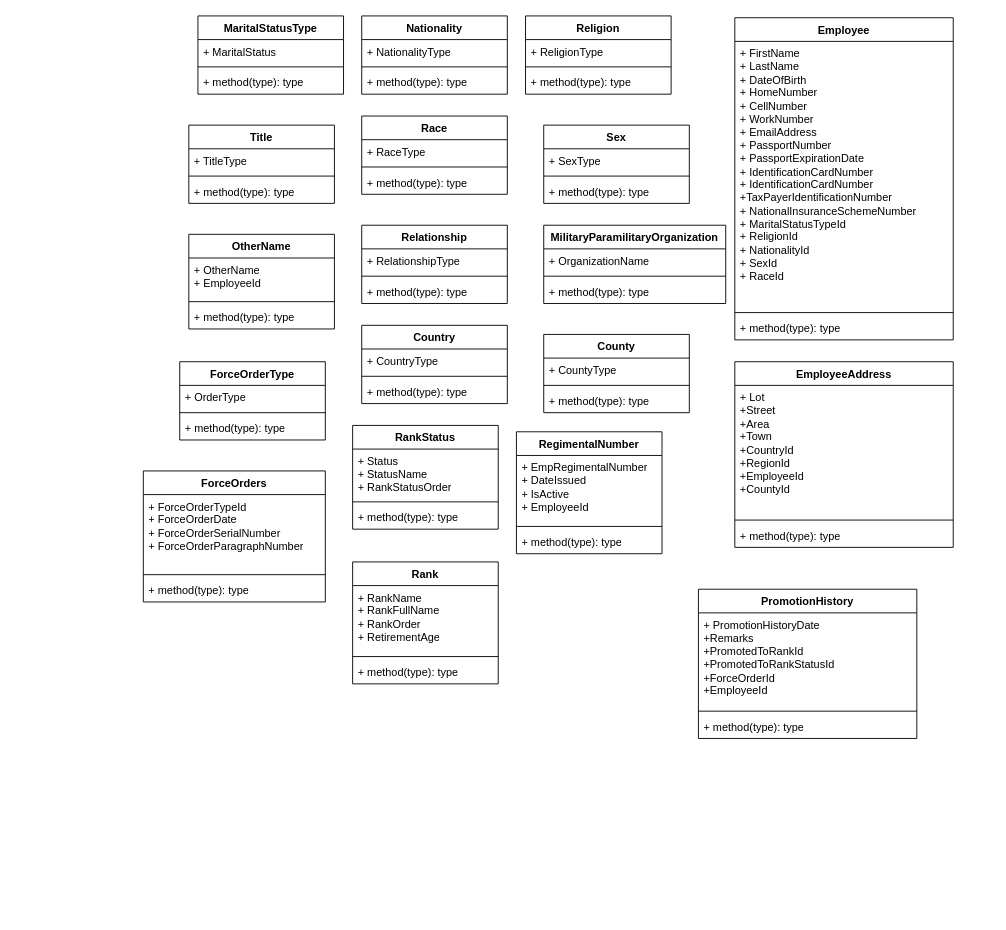
ResearchAndDevelopmentSignal/GDFHRMSDesignDocs keeps this draw.io diagram as GDFHrmsDesignDocs.drawio. Above is the earlier version. Source tidied: cells renumbered, new cells numbered last; positions are measured from the earlier drawing's top-left corner, leaving out a move shared by most shapes. Both pictures are drawn from the tidied source at 91%, with x=0, y=0 at pixel (143, 15).
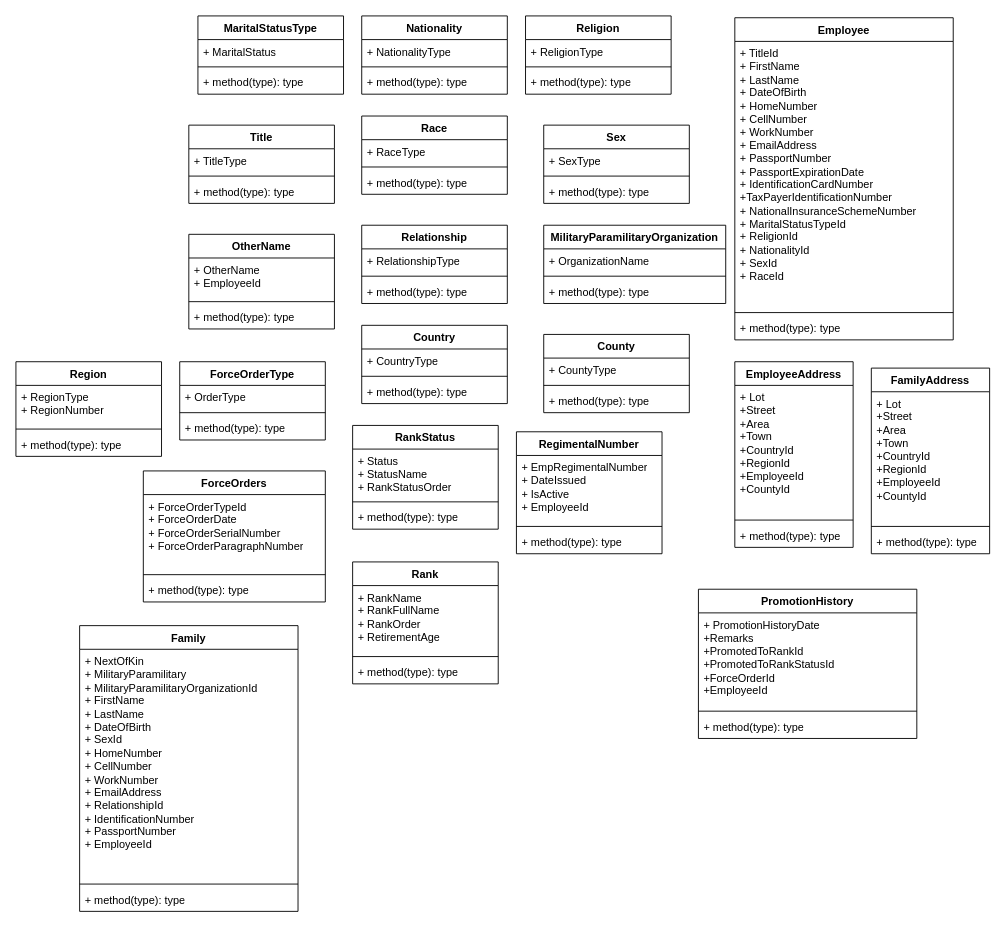
After the change.

The change refers to these unchanged cells:
```xml
<mxCell id="50" value="Employee&lt;br&gt;" style="swimlane;fontStyle=1;align=center;verticalAlign=top;horizontal=1;startSize=26;whiteSpace=wrap;html=1;" parent="1" vertex="1">
  <mxGeometry x="650" y="2" width="240" height="354" as="geometry" />
</mxCell>
```

What changed in the source:
```diff
@@
     <mxCell id="46" value="EmployeeAddress" style="swimlane;fontStyle=1;align=center;verticalAlign=top;horizontal=1;startSize=26;whiteSpace=wrap;html=1;" parent="1" vertex="1">
-      <mxGeometry x="650" y="380" width="240" height="204" as="geometry" />
+      <mxGeometry x="650" y="380" width="130" height="204" as="geometry" />
     </mxCell>
     <mxCell id="47" value="+ Lot&lt;br&gt;+Street&lt;br&gt;+Area&lt;br&gt;+Town&lt;br&gt;+CountryId&lt;br&gt;+RegionId&lt;br&gt;+EmployeeId&lt;br&gt;+CountyId" style="text;strokeColor=none;fillColor=none;align=left;verticalAlign=top;spacingLeft=4;spacingRight=4;overflow=hidden;whiteSpace=wrap;html=1;" parent="46" vertex="1">
-      <mxGeometry y="26" width="240" height="144" as="geometry" />
+      <mxGeometry y="26" width="130" height="144" as="geometry" />
     </mxCell>
     <mxCell id="48" style="line;strokeWidth=1;fillColor=none;align=left;verticalAlign=middle;spacingTop=-1;spacingLeft=3;spacingRight=3;labelPosition=right;strokeColor=inherit;" parent="46" vertex="1">
-      <mxGeometry y="170" width="240" height="8" as="geometry" />
+      <mxGeometry y="170" width="130" height="8" as="geometry" />
     </mxCell>
     <mxCell id="49" value="+ method(type): type" style="text;strokeColor=none;fillColor=none;align=left;verticalAlign=top;spacingLeft=4;spacingRight=4;overflow=hidden;whiteSpace=wrap;html=1;" parent="46" vertex="1">
-      <mxGeometry y="178" width="240" height="26" as="geometry" />
+      <mxGeometry y="178" width="130" height="26" as="geometry" />
     </mxCell>
@@
-    <mxCell id="51" value="+ FirstName&lt;br&gt;+ LastName&lt;br&gt;+ DateOfBirth&lt;br&gt;+ HomeNumber&lt;br&gt;+ CellNumber&lt;br&gt;+ WorkNumber&lt;br&gt;+ EmailAddress&lt;br&gt;+ PassportNumber&lt;br&gt;+ PassportExpirationDate&lt;br&gt;+ IdentificationCardNumber&lt;br&gt;+ IdentificationCardNumber&lt;br&gt;+TaxPayerIdentificationNumber&lt;br&gt;+ NationalInsuranceSchemeNumber&lt;br&gt;+ MaritalStatusTypeId&lt;br&gt;+ ReligionId&lt;br&gt;+ NationalityId&lt;br&gt;+ SexId&lt;br&gt;+ RaceId" style="text;strokeColor=none;fillColor=none;align=left;verticalAlign=top;spacingLeft=4;spacingRight=4;overflow=hidden;whiteSpace=wrap;html=1;" parent="50" vertex="1">
+    <mxCell id="51" value="+ TitleId&lt;br&gt;+ FirstName&lt;br&gt;+ LastName&lt;br&gt;+ DateOfBirth&lt;br&gt;+ HomeNumber&lt;br&gt;+ CellNumber&lt;br&gt;+ WorkNumber&lt;br&gt;+ EmailAddress&lt;br&gt;+ PassportNumber&lt;br&gt;+ PassportExpirationDate&lt;br&gt;+ IdentificationCardNumber&lt;br&gt;+TaxPayerIdentificationNumber&lt;br&gt;+ NationalInsuranceSchemeNumber&lt;br&gt;+ MaritalStatusTypeId&lt;br&gt;+ ReligionId&lt;br&gt;+ NationalityId&lt;br&gt;+ SexId&lt;br&gt;+ RaceId" style="text;strokeColor=none;fillColor=none;align=left;verticalAlign=top;spacingLeft=4;spacingRight=4;overflow=hidden;whiteSpace=wrap;html=1;" parent="50" vertex="1">
       <mxGeometry y="26" width="240" height="294" as="geometry" />
     </mxCell>
@@
+    <mxCell id="78" value="Region" style="swimlane;fontStyle=1;align=center;verticalAlign=top;horizontal=1;startSize=26;whiteSpace=wrap;html=1;" parent="1" vertex="1">
+      <mxGeometry x="-140" y="380" width="160" height="104" as="geometry" />
+    </mxCell>
+    <mxCell id="79" value="+ RegionType&lt;br&gt;+ RegionNumber" style="text;strokeColor=none;fillColor=none;align=left;verticalAlign=top;spacingLeft=4;spacingRight=4;overflow=hidden;whiteSpace=wrap;html=1;" parent="78" vertex="1">
+      <mxGeometry y="26" width="160" height="44" as="geometry" />
+    </mxCell>
+    <mxCell id="80" style="line;strokeWidth=1;fillColor=none;align=left;verticalAlign=middle;spacingTop=-1;spacingLeft=3;spacingRight=3;labelPosition=right;strokeColor=inherit;" parent="78" vertex="1">
+      <mxGeometry y="70" width="160" height="8" as="geometry" />
+    </mxCell>
+    <mxCell id="81" value="+ method(type): type" style="text;strokeColor=none;fillColor=none;align=left;verticalAlign=top;spacingLeft=4;spacingRight=4;overflow=hidden;whiteSpace=wrap;html=1;" parent="78" vertex="1">
+      <mxGeometry y="78" width="160" height="26" as="geometry" />
+    </mxCell>
+    <mxCell id="82" value="FamilyAddress" style="swimlane;fontStyle=1;align=center;verticalAlign=top;horizontal=1;startSize=26;whiteSpace=wrap;html=1;" parent="1" vertex="1">
+      <mxGeometry x="800" y="387" width="130" height="204" as="geometry" />
+    </mxCell>
+    <mxCell id="83" value="+ Lot&lt;br&gt;+Street&lt;br&gt;+Area&lt;br&gt;+Town&lt;br&gt;+CountryId&lt;br&gt;+RegionId&lt;br&gt;+EmployeeId&lt;br&gt;+CountyId" style="text;strokeColor=none;fillColor=none;align=left;verticalAlign=top;spacingLeft=4;spacingRight=4;overflow=hidden;whiteSpace=wrap;html=1;" parent="82" vertex="1">
+      <mxGeometry y="26" width="130" height="144" as="geometry" />
+    </mxCell>
+    <mxCell id="84" style="line;strokeWidth=1;fillColor=none;align=left;verticalAlign=middle;spacingTop=-1;spacingLeft=3;spacingRight=3;labelPosition=right;strokeColor=inherit;" parent="82" vertex="1">
+      <mxGeometry y="170" width="130" height="8" as="geometry" />
+    </mxCell>
+    <mxCell id="85" value="+ method(type): type" style="text;strokeColor=none;fillColor=none;align=left;verticalAlign=top;spacingLeft=4;spacingRight=4;overflow=hidden;whiteSpace=wrap;html=1;" parent="82" vertex="1">
+      <mxGeometry y="178" width="130" height="26" as="geometry" />
+    </mxCell>
+    <mxCell id="86" value="Family" style="swimlane;fontStyle=1;align=center;verticalAlign=top;horizontal=1;startSize=26;whiteSpace=wrap;html=1;" parent="1" vertex="1">
+      <mxGeometry x="-70" y="670" width="240" height="314" as="geometry" />
+    </mxCell>
+    <mxCell id="87" value="+ NextOfKin&lt;br&gt;+ MilitaryParamilitary&lt;br&gt;+ MilitaryParamilitaryOrganizationId&lt;br&gt;+ FirstName&lt;br&gt;+ LastName&lt;br&gt;+ DateOfBirth&lt;br&gt;+ SexId&lt;br&gt;+ HomeNumber&lt;br&gt;+ CellNumber&lt;br&gt;+ WorkNumber&lt;br&gt;+ EmailAddress&lt;br&gt;+ RelationshipId&lt;br&gt;+ IdentificationNumber&lt;br&gt;+ PassportNumber&lt;br&gt;+ EmployeeId" style="text;strokeColor=none;fillColor=none;align=left;verticalAlign=top;spacingLeft=4;spacingRight=4;overflow=hidden;whiteSpace=wrap;html=1;" parent="86" vertex="1">
+      <mxGeometry y="26" width="240" height="254" as="geometry" />
+    </mxCell>
+    <mxCell id="88" style="line;strokeWidth=1;fillColor=none;align=left;verticalAlign=middle;spacingTop=-1;spacingLeft=3;spacingRight=3;labelPosition=right;strokeColor=inherit;" parent="86" vertex="1">
+      <mxGeometry y="280" width="240" height="8" as="geometry" />
+    </mxCell>
+    <mxCell id="89" value="+ method(type): type" style="text;strokeColor=none;fillColor=none;align=left;verticalAlign=top;spacingLeft=4;spacingRight=4;overflow=hidden;whiteSpace=wrap;html=1;" parent="86" vertex="1">
+      <mxGeometry y="288" width="240" height="26" as="geometry" />
+    </mxCell>
```
